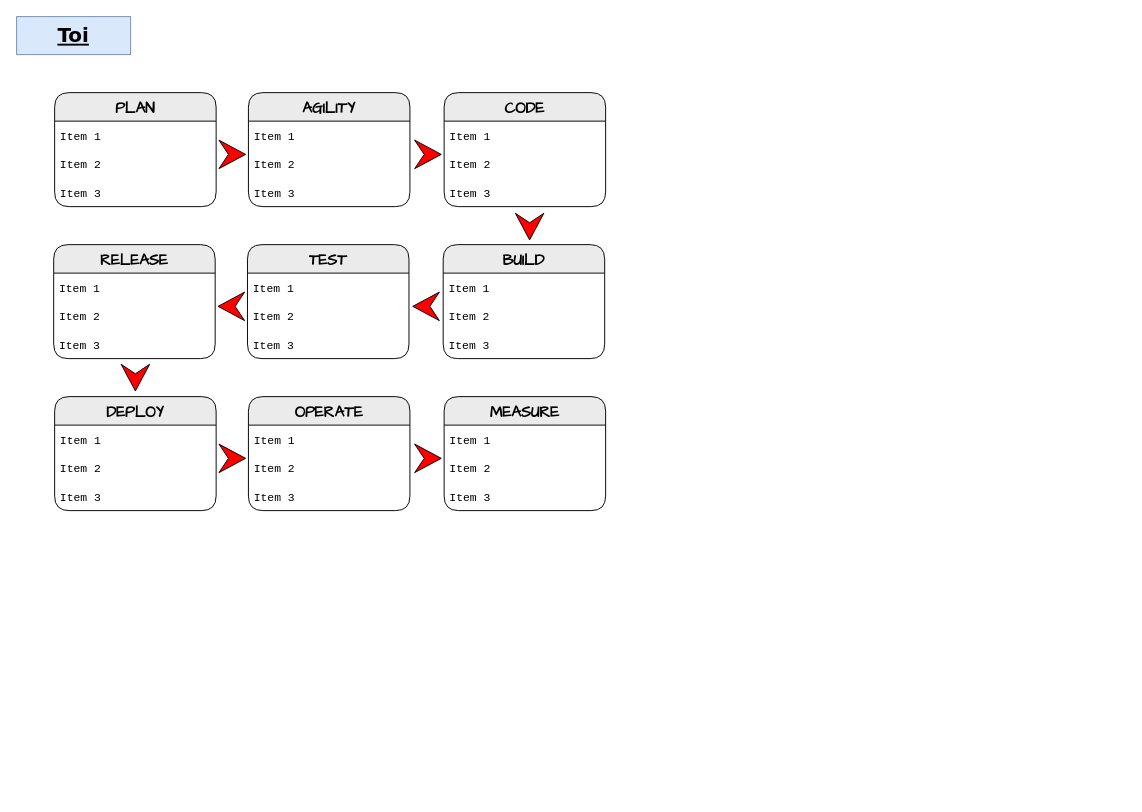
The draw.io diagram skills.drawio in teolia/TeoSchool_skills, before the edit. Source tidied: cells renumbered, new cells numbered last; positions are measured from the earlier drawing's top-left corner, leaving out a move shared by most shapes. Both pictures are drawn from the tidied source at 95%, with x=0, y=0 at pixel (16, 16).
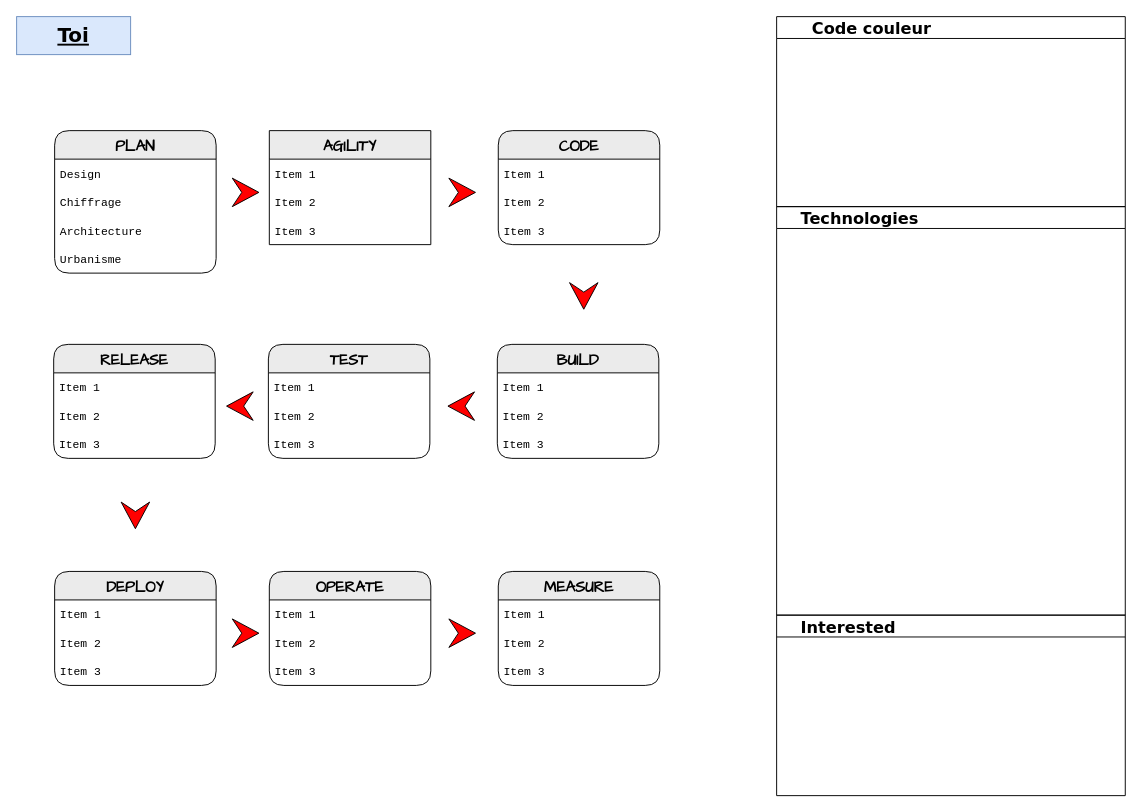
After the change.

What changed in the source:
```diff
@@
     <mxCell id="3" value="PLAN" style="swimlane;fontStyle=1;horizontal=1;startSize=30;fontFamily=Comic Sans MS;rounded=1;arcSize=17;labelBackgroundColor=none;fillColor=#EBEBEB;fontSize=16;" parent="1" vertex="1">
-      <mxGeometry x="40" y="80" width="170" height="120" as="geometry" />
+      <mxGeometry x="40" y="120" width="170" height="150" as="geometry" />
     </mxCell>
-    <mxCell id="4" value="Item 1" style="text;align=left;verticalAlign=middle;spacingLeft=4;spacingRight=4;overflow=hidden;fontFamily=Courier New;" parent="3" vertex="1">
+    <mxCell id="4" value="Design" style="text;align=left;verticalAlign=middle;spacingLeft=4;spacingRight=4;overflow=hidden;fontFamily=Courier New;" parent="3" vertex="1">
       <mxGeometry y="30" width="170" height="30" as="geometry" />
     </mxCell>
-    <mxCell id="5" value="Item 2" style="text;strokeColor=none;fillColor=none;align=left;verticalAlign=middle;spacingLeft=4;spacingRight=4;overflow=hidden;fontFamily=Courier New;" parent="3" vertex="1">
+    <mxCell id="5" value="Chiffrage" style="text;strokeColor=none;fillColor=none;align=left;verticalAlign=middle;spacingLeft=4;spacingRight=4;overflow=hidden;fontFamily=Courier New;" parent="3" vertex="1">
       <mxGeometry y="60" width="170" height="30" as="geometry" />
     </mxCell>
-    <mxCell id="6" value="Item 3" style="text;strokeColor=none;fillColor=none;align=left;verticalAlign=middle;spacingLeft=4;spacingRight=4;overflow=hidden;fontFamily=Courier New;" parent="3" vertex="1">
+    <mxCell id="6" value="Architecture" style="text;strokeColor=none;fillColor=none;align=left;verticalAlign=middle;spacingLeft=4;spacingRight=4;overflow=hidden;fontFamily=Courier New;" parent="3" vertex="1">
       <mxGeometry y="90" width="170" height="30" as="geometry" />
     </mxCell>
+    <mxCell id="47" value="Urbanisme" style="text;strokeColor=none;fillColor=none;align=left;verticalAlign=middle;spacingLeft=4;spacingRight=4;overflow=hidden;fontFamily=Courier New;" parent="3" vertex="1">
+      <mxGeometry y="120" width="170" height="30" as="geometry" />
+    </mxCell>
-    <mxCell id="7" value="AGILITY" style="swimlane;fontStyle=1;horizontal=1;startSize=30;fontFamily=Comic Sans MS;rounded=1;arcSize=17;labelBackgroundColor=none;fillColor=#EBEBEB;fontSize=16;" parent="1" vertex="1">
-      <mxGeometry x="244" y="80" width="170" height="120" as="geometry" />
+    <mxCell id="7" value="AGILITY" style="swimlane;fontStyle=1;horizontal=1;startSize=30;fontFamily=Comic Sans MS;rounded=1;arcSize=0;labelBackgroundColor=none;fillColor=#EBEBEB;fontSize=16;" parent="1" vertex="1">
+      <mxGeometry x="266" y="120" width="170" height="120" as="geometry" />
     </mxCell>
@@
     <mxCell id="11" value="CODE" style="swimlane;fontStyle=1;horizontal=1;startSize=30;fontFamily=Comic Sans MS;rounded=1;arcSize=17;labelBackgroundColor=none;fillColor=#EBEBEB;fontSize=16;" parent="1" vertex="1">
-      <mxGeometry x="450" y="80" width="170" height="120" as="geometry" />
+      <mxGeometry x="507" y="120" width="170" height="120" as="geometry" />
     </mxCell>
@@
     <mxCell id="15" style="html=1;shadow=0;dashed=0;align=center;verticalAlign=middle;shape=mxgraph.arrows2.arrow;dy=0;dx=30;notch=10;rounded=1;labelBackgroundColor=#FF0000;sketch=0;fontFamily=Verdana;fontSize=21;fontColor=#FF0000;fillColor=#FF0000;" parent="1" vertex="1">
-      <mxGeometry x="213" y="130" width="28" height="30" as="geometry" />
+      <mxGeometry x="227" y="170" width="28" height="30" as="geometry" />
     </mxCell>
     <mxCell id="16" style="html=1;shadow=0;dashed=0;align=center;verticalAlign=middle;shape=mxgraph.arrows2.arrow;dy=0;dx=30;notch=10;rounded=1;labelBackgroundColor=#FF0000;sketch=0;fontFamily=Verdana;fontSize=21;fontColor=#FF0000;fillColor=#FF0000;" parent="1" vertex="1">
-      <mxGeometry x="419" y="130" width="28" height="30" as="geometry" />
+      <mxGeometry x="455" y="170" width="28" height="30" as="geometry" />
     </mxCell>
     <mxCell id="17" value="RELEASE" style="swimlane;fontStyle=1;horizontal=1;startSize=30;fontFamily=Comic Sans MS;rounded=1;arcSize=17;labelBackgroundColor=none;fillColor=#EBEBEB;fontSize=16;" parent="1" vertex="1">
-      <mxGeometry x="39" y="240" width="170" height="120" as="geometry" />
+      <mxGeometry x="39" y="345" width="170" height="120" as="geometry" />
     </mxCell>
@@
     <mxCell id="21" value="TEST" style="swimlane;fontStyle=1;horizontal=1;startSize=30;fontFamily=Comic Sans MS;rounded=1;arcSize=17;labelBackgroundColor=none;fillColor=#EBEBEB;fontSize=16;" parent="1" vertex="1">
-      <mxGeometry x="243" y="240" width="170" height="120" as="geometry" />
+      <mxGeometry x="265" y="345" width="170" height="120" as="geometry" />
     </mxCell>
@@
     <mxCell id="25" value="BUILD" style="swimlane;fontStyle=1;horizontal=1;startSize=30;fontFamily=Comic Sans MS;rounded=1;arcSize=17;labelBackgroundColor=none;fillColor=#EBEBEB;fontSize=16;" parent="1" vertex="1">
-      <mxGeometry x="449" y="240" width="170" height="120" as="geometry" />
+      <mxGeometry x="506" y="345" width="170" height="120" as="geometry" />
     </mxCell>
@@
     <mxCell id="29" value="DEPLOY" style="swimlane;fontStyle=1;horizontal=1;startSize=30;fontFamily=Comic Sans MS;rounded=1;arcSize=17;labelBackgroundColor=none;fillColor=#EBEBEB;fontSize=16;" parent="1" vertex="1">
-      <mxGeometry x="40" y="400" width="170" height="120" as="geometry" />
+      <mxGeometry x="40" y="584" width="170" height="120" as="geometry" />
     </mxCell>
@@
     <mxCell id="33" value="OPERATE" style="swimlane;fontStyle=1;horizontal=1;startSize=30;fontFamily=Comic Sans MS;rounded=1;arcSize=17;labelBackgroundColor=none;fillColor=#EBEBEB;fontSize=16;" parent="1" vertex="1">
-      <mxGeometry x="244" y="400" width="170" height="120" as="geometry" />
+      <mxGeometry x="266" y="584" width="170" height="120" as="geometry" />
     </mxCell>
@@
     <mxCell id="37" value="MEASURE" style="swimlane;fontStyle=1;horizontal=1;startSize=30;fontFamily=Comic Sans MS;rounded=1;arcSize=17;labelBackgroundColor=none;fillColor=#EBEBEB;fontSize=16;" parent="1" vertex="1">
-      <mxGeometry x="450" y="400" width="170" height="120" as="geometry" />
+      <mxGeometry x="507" y="584" width="170" height="120" as="geometry" />
     </mxCell>
@@
     <mxCell id="41" style="html=1;shadow=0;dashed=0;align=center;verticalAlign=middle;shape=mxgraph.arrows2.arrow;dy=0;dx=30;notch=10;rounded=1;labelBackgroundColor=#FF0000;sketch=0;fontFamily=Verdana;fontSize=21;fontColor=#FF0000;fillColor=#FF0000;" parent="1" vertex="1">
-      <mxGeometry x="213" y="450" width="28" height="30" as="geometry" />
+      <mxGeometry x="227" y="634" width="28" height="30" as="geometry" />
     </mxCell>
     <mxCell id="42" style="html=1;shadow=0;dashed=0;align=center;verticalAlign=middle;shape=mxgraph.arrows2.arrow;dy=0;dx=30;notch=10;rounded=1;labelBackgroundColor=#FF0000;sketch=0;fontFamily=Verdana;fontSize=21;fontColor=#FF0000;fillColor=#FF0000;" parent="1" vertex="1">
-      <mxGeometry x="419" y="450" width="28" height="30" as="geometry" />
+      <mxGeometry x="455" y="634" width="28" height="30" as="geometry" />
     </mxCell>
     <mxCell id="43" style="html=1;shadow=0;dashed=0;align=center;verticalAlign=middle;shape=mxgraph.arrows2.arrow;dy=0;dx=30;notch=10;rounded=1;labelBackgroundColor=#FF0000;sketch=0;fontFamily=Verdana;fontSize=21;fontColor=#FF0000;fillColor=#FF0000;flipH=1;" parent="1" vertex="1">
-      <mxGeometry x="417" y="290" width="28" height="30" as="geometry" />
+      <mxGeometry x="454" y="395" width="28" height="30" as="geometry" />
     </mxCell>
     <mxCell id="44" style="html=1;shadow=0;dashed=0;align=center;verticalAlign=middle;shape=mxgraph.arrows2.arrow;dy=0;dx=30;notch=10;rounded=1;labelBackgroundColor=#FF0000;sketch=0;fontFamily=Verdana;fontSize=21;fontColor=#FF0000;fillColor=#FF0000;flipH=1;" parent="1" vertex="1">
-      <mxGeometry x="212" y="290" width="28" height="30" as="geometry" />
+      <mxGeometry x="221" y="395" width="28" height="30" as="geometry" />
     </mxCell>
     <mxCell id="45" style="html=1;shadow=0;dashed=0;align=center;verticalAlign=middle;shape=mxgraph.arrows2.arrow;dy=0;dx=30;notch=10;rounded=1;labelBackgroundColor=#FF0000;sketch=0;fontFamily=Verdana;fontSize=21;fontColor=#FF0000;fillColor=#FF0000;direction=south;" parent="1" vertex="1">
-      <mxGeometry x="525" y="207" width="30" height="28" as="geometry" />
+      <mxGeometry x="582" y="280" width="30" height="28" as="geometry" />
     </mxCell>
     <mxCell id="46" style="html=1;shadow=0;dashed=0;align=center;verticalAlign=middle;shape=mxgraph.arrows2.arrow;dy=0;dx=30;notch=10;rounded=1;labelBackgroundColor=#FF0000;sketch=0;fontFamily=Verdana;fontSize=21;fontColor=#FF0000;fillColor=#FF0000;direction=south;" parent="1" vertex="1">
-      <mxGeometry x="110" y="366" width="30" height="28" as="geometry" />
+      <mxGeometry x="110" y="511" width="30" height="28" as="geometry" />
     </mxCell>
+    <mxCell id="48" value="      Code couleur" style="swimlane;rounded=0;labelBackgroundColor=none;sketch=0;fontFamily=Verdana;fontSize=17;fontColor=#000000;fillColor=none;align=left;" parent="1" vertex="1">
+      <mxGeometry x="800" width="367" height="200" as="geometry" />
+    </mxCell>
+    <mxCell id="49" value="    Technologies" style="swimlane;rounded=0;labelBackgroundColor=none;sketch=0;fontFamily=Verdana;fontSize=17;fontColor=#000000;fillColor=none;align=left;" parent="1" vertex="1">
+      <mxGeometry x="800" y="200" width="367" height="430" as="geometry" />
+    </mxCell>
+    <mxCell id="50" value="    Interested" style="swimlane;rounded=0;labelBackgroundColor=none;sketch=0;fontFamily=Verdana;fontSize=17;fontColor=#000000;fillColor=none;align=left;" parent="1" vertex="1">
+      <mxGeometry x="800" y="630" width="367" height="190" as="geometry" />
+    </mxCell>
```
